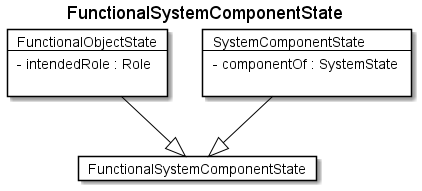
Earlier version of the PlantUML export fragments/diagrams/FunctionalSystemComponentState.png (rtigran/rdf2adoc).
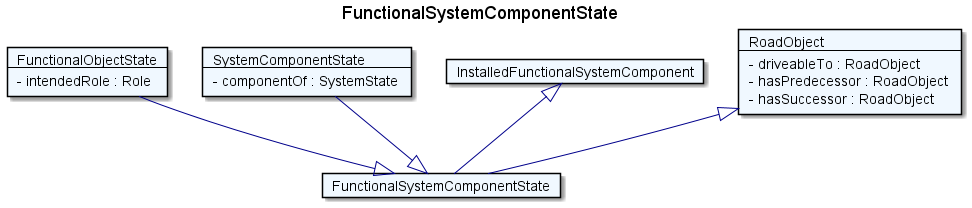
The same file after the commit.

What changed in the source:
```diff
@@ -1,21 +1,31 @@
 @startuml
 Title FunctionalSystemComponentState
 
-Card FunctionalSystemComponentState #fff [
+Card FunctionalSystemComponentState #F0F8FF [
 FunctionalSystemComponentState
 ]
-Card FunctionalObjectState #fff [
+Card FunctionalObjectState #F0F8FF [
 FunctionalObjectState
 ----
 - intendedRole : Role
-
 ]
-FunctionalObjectState --|> FunctionalSystemComponentState  #000
-Card SystemComponentState #fff [
+FunctionalObjectState --|> FunctionalSystemComponentState  #00008B
+Card SystemComponentState #F0F8FF [
 SystemComponentState
 ----
 - componentOf : SystemState
-
 ]
-SystemComponentState --|> FunctionalSystemComponentState  #000
+SystemComponentState --|> FunctionalSystemComponentState  #00008B
+Card InstalledFunctionalSystemComponent #F0F8FF [
+InstalledFunctionalSystemComponent
+]
+InstalledFunctionalSystemComponent <|-- FunctionalSystemComponentState  #00008B
+Card RoadObject #F0F8FF [
+RoadObject
+----
+- driveableTo : RoadObject
+- hasPredecessor : RoadObject
+- hasSuccessor : RoadObject
+]
+RoadObject <|-- FunctionalSystemComponentState  #00008B
 @enduml
```
